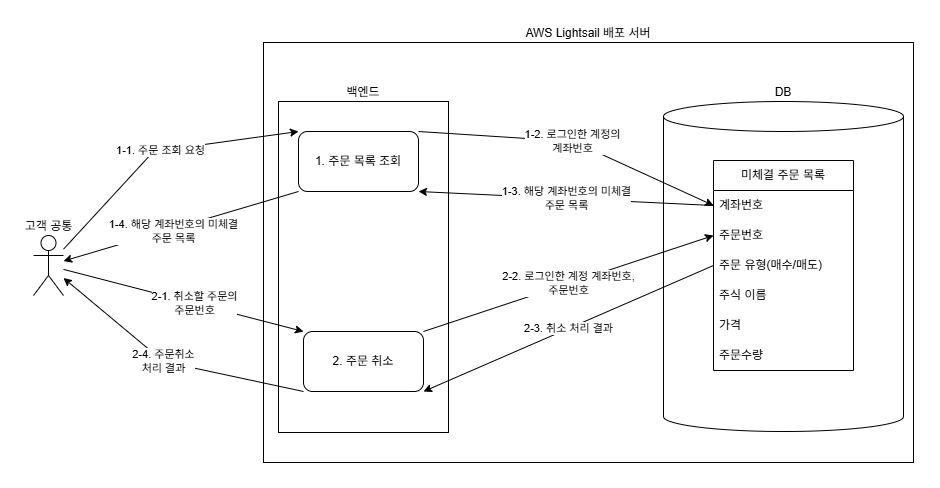
Before: images/diagram/CC 고객 계정 공통 거래 기능 주문취소 부분.png, a diagram exported from draw.io (hopencode/cc_stock_trading). Source tidied: cells renumbered, new cells last; positions are measured from the earlier drawing's top-left corner, leaving out a move shared by most shapes. The source it was exported from:
```xml
<mxGraphModel>
  <root>
    <mxCell id="0" />
    <mxCell id="1" parent="0" />
    <mxCell id="2" value="고객 공통" style="shape=umlActor;verticalLabelPosition=top;verticalAlign=bottom;html=1;outlineConnect=0;labelPosition=center;align=center;" parent="1" vertex="1">
      <mxGeometry y="193" width="30" height="60" as="geometry" />
    </mxCell>
    <mxCell id="3" value="AWS Lightsail 배포 서버" style="whiteSpace=wrap;html=1;labelPosition=center;verticalLabelPosition=top;align=center;verticalAlign=bottom;" parent="1" vertex="1">
      <mxGeometry x="230" width="650" height="420" as="geometry" />
    </mxCell>
    <mxCell id="4" value="DB" style="shape=cylinder3;whiteSpace=wrap;html=1;boundedLbl=1;backgroundOutline=1;size=15;labelPosition=center;verticalLabelPosition=top;align=center;verticalAlign=bottom;labelBackgroundColor=default;" parent="1" vertex="1">
      <mxGeometry x="630" y="59" width="240" height="330" as="geometry" />
    </mxCell>
    <mxCell id="5" value="1. 주문 목록 조회" style="rounded=1;whiteSpace=wrap;html=1;" parent="1" vertex="1">
      <mxGeometry x="265" y="89" width="120" height="60" as="geometry" />
    </mxCell>
    <mxCell id="6" value="2. 주문 취소" style="rounded=1;whiteSpace=wrap;html=1;" parent="1" vertex="1">
      <mxGeometry x="270" y="289" width="120" height="60" as="geometry" />
    </mxCell>
    <mxCell id="7" value="미체결 주문 목록" style="swimlane;fontStyle=0;horizontal=1;startSize=30;whiteSpace=wrap;html=1;" parent="1" vertex="1">
      <mxGeometry x="680" y="118" width="140" height="210" as="geometry" />
    </mxCell>
    <mxCell id="8" value="계좌번호" style="text;strokeColor=none;fillColor=none;align=left;verticalAlign=middle;spacingLeft=4;spacingRight=4;overflow=hidden;points=[[0,0.5],[1,0.5]];portConstraint=eastwest;whiteSpace=wrap;html=1;" parent="7" vertex="1">
      <mxGeometry y="30" width="140" height="30" as="geometry" />
    </mxCell>
    <mxCell id="9" value="주문번호" style="text;strokeColor=none;fillColor=none;align=left;verticalAlign=middle;spacingLeft=4;spacingRight=4;overflow=hidden;points=[[0,0.5],[1,0.5]];portConstraint=eastwest;whiteSpace=wrap;html=1;" parent="7" vertex="1">
      <mxGeometry y="60" width="140" height="30" as="geometry" />
    </mxCell>
    <mxCell id="10" value="주문 유형(매수/매도)" style="text;strokeColor=none;fillColor=none;align=left;verticalAlign=middle;spacingLeft=4;spacingRight=4;overflow=hidden;points=[[0,0.5],[1,0.5]];portConstraint=eastwest;whiteSpace=wrap;html=1;" parent="7" vertex="1">
      <mxGeometry y="90" width="140" height="30" as="geometry" />
    </mxCell>
    <mxCell id="11" value="주식 이름" style="text;strokeColor=none;fillColor=none;align=left;verticalAlign=middle;spacingLeft=4;spacingRight=4;overflow=hidden;whiteSpace=wrap;html=1;" parent="7" vertex="1">
      <mxGeometry y="120" width="140" height="30" as="geometry" />
    </mxCell>
    <mxCell id="12" value="가격" style="text;strokeColor=none;fillColor=none;align=left;verticalAlign=middle;spacingLeft=4;spacingRight=4;overflow=hidden;whiteSpace=wrap;html=1;" parent="7" vertex="1">
      <mxGeometry y="150" width="140" height="30" as="geometry" />
    </mxCell>
    <mxCell id="13" value="주문수량" style="text;strokeColor=none;fillColor=none;align=left;verticalAlign=middle;spacingLeft=4;spacingRight=4;overflow=hidden;whiteSpace=wrap;html=1;" parent="7" vertex="1">
      <mxGeometry y="180" width="140" height="30" as="geometry" />
    </mxCell>
    <mxCell id="14" value="2-1. 취소할 주문의&lt;div&gt;주문번호&lt;/div&gt;" style="endArrow=classic;html=1;rounded=0;entryX=0;entryY=0;entryDx=0;entryDy=0;" parent="1" edge="1" source="2" target="6">
      <mxGeometry x="0.09" relative="1" as="geometry" />
    </mxCell>
    <mxCell id="15" value="2-2. 로그인한 계정 계좌번호,&lt;div&gt;주문번호&lt;/div&gt;" style="endArrow=classic;html=1;rounded=0;exitX=1;exitY=0;exitDx=0;exitDy=0;entryX=0;entryY=0.5;entryDx=0;entryDy=0;" parent="1" edge="1" source="6" target="9">
      <mxGeometry relative="1" as="geometry" />
    </mxCell>
    <mxCell id="16" value="2-4. 주문취소&lt;div&gt;처리 결과&lt;/div&gt;" style="endArrow=classic;html=1;rounded=0;exitX=0;exitY=1;exitDx=0;exitDy=0;" parent="1" edge="1" source="6" target="2">
      <mxGeometry x="0.05" relative="1" as="geometry">
        <Array as="points">
          <mxPoint x="130" y="319" />
        </Array>
      </mxGeometry>
    </mxCell>
    <mxCell id="17" value="2-3. 취소 처리 결과" style="endArrow=classic;html=1;rounded=0;exitX=0;exitY=0.5;exitDx=0;exitDy=0;entryX=1;entryY=1;entryDx=0;entryDy=0;" parent="1" edge="1" source="10" target="6">
      <mxGeometry relative="1" as="geometry" />
    </mxCell>
    <mxCell id="18" value="1-1. 주문 조회 요청" style="endArrow=classic;html=1;rounded=0;entryX=0;entryY=0;entryDx=0;entryDy=0;" parent="1" edge="1" source="2" target="5">
      <mxGeometry relative="1" as="geometry">
        <Array as="points">
          <mxPoint x="120" y="109" />
        </Array>
      </mxGeometry>
    </mxCell>
    <mxCell id="19" value="1-2. 로그인한 계정의&lt;div&gt;계좌번호&lt;/div&gt;" style="endArrow=classic;html=1;rounded=0;exitX=1;exitY=0;exitDx=0;exitDy=0;entryX=0;entryY=0.5;entryDx=0;entryDy=0;" parent="1" edge="1" source="5" target="8">
      <mxGeometry relative="1" as="geometry">
        <Array as="points">
          <mxPoint x="540" y="99" />
        </Array>
      </mxGeometry>
    </mxCell>
    <mxCell id="20" value="1-3. 해당 계좌번호의 미체결&lt;div&gt;주문 목록&lt;/div&gt;" style="endArrow=classic;html=1;rounded=0;exitX=0;exitY=0.5;exitDx=0;exitDy=0;entryX=1;entryY=1;entryDx=0;entryDy=0;" parent="1" edge="1" source="8" target="5">
      <mxGeometry relative="1" as="geometry" />
    </mxCell>
    <mxCell id="21" value="&lt;span style=&quot;color: rgb(0, 0, 0); font-family: Helvetica; font-size: 11px; font-style: normal; font-variant-ligatures: normal; font-variant-caps: normal; font-weight: 400; letter-spacing: normal; orphans: 2; text-align: center; text-indent: 0px; text-transform: none; widows: 2; word-spacing: 0px; -webkit-text-stroke-width: 0px; white-space: nowrap; background-color: rgb(255, 255, 255); text-decoration-thickness: initial; text-decoration-style: initial; text-decoration-color: initial; float: none; display: inline !important;&quot;&gt;1-4. 해당 계좌번호의 미체결&lt;/span&gt;&lt;div style=&quot;forced-color-adjust: none; color: rgb(0, 0, 0); font-family: Helvetica; font-size: 11px; font-style: normal; font-variant-ligatures: normal; font-variant-caps: normal; font-weight: 400; letter-spacing: normal; orphans: 2; text-align: center; text-indent: 0px; text-transform: none; widows: 2; word-spacing: 0px; -webkit-text-stroke-width: 0px; white-space: nowrap; text-decoration-thickness: initial; text-decoration-style: initial; text-decoration-color: initial;&quot;&gt;주문 목록&lt;/div&gt;" style="endArrow=classic;html=1;rounded=0;exitX=0;exitY=1;exitDx=0;exitDy=0;" parent="1" edge="1" source="5" target="2">
      <mxGeometry x="0.07" y="3" relative="1" as="geometry" />
    </mxCell>
    <mxCell id="22" value="백엔드" style="rounded=0;whiteSpace=wrap;html=1;fillColor=none;labelPosition=center;verticalLabelPosition=top;align=center;verticalAlign=bottom;" parent="1" vertex="1">
      <mxGeometry x="245" y="59" width="170" height="331" as="geometry" />
    </mxCell>
  </root>
</mxGraphModel>
```
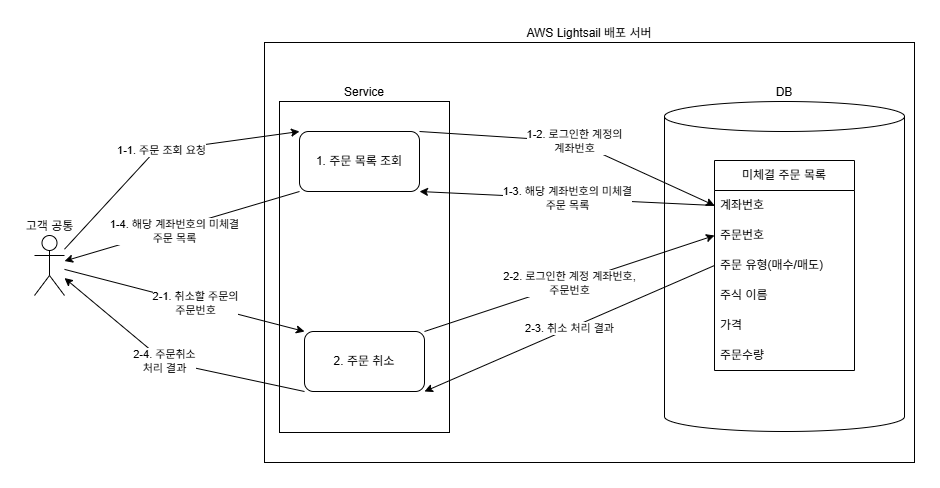
Later version of the same file.

Change to the diagram source:
```diff
@@ -74,7 +74,7 @@
     <mxCell id="21" value="&lt;span style=&quot;color: rgb(0, 0, 0); font-family: Helvetica; font-size: 11px; font-style: normal; font-variant-ligatures: normal; font-variant-caps: normal; font-weight: 400; letter-spacing: normal; orphans: 2; text-align: center; text-indent: 0px; text-transform: none; widows: 2; word-spacing: 0px; -webkit-text-stroke-width: 0px; white-space: nowrap; background-color: rgb(255, 255, 255); text-decoration-thickness: initial; text-decoration-style: initial; text-decoration-color: initial; float: none; display: inline !important;&quot;&gt;1-4. 해당 계좌번호의 미체결&lt;/span&gt;&lt;div style=&quot;forced-color-adjust: none; color: rgb(0, 0, 0); font-family: Helvetica; font-size: 11px; font-style: normal; font-variant-ligatures: normal; font-variant-caps: normal; font-weight: 400; letter-spacing: normal; orphans: 2; text-align: center; text-indent: 0px; text-transform: none; widows: 2; word-spacing: 0px; -webkit-text-stroke-width: 0px; white-space: nowrap; text-decoration-thickness: initial; text-decoration-style: initial; text-decoration-color: initial;&quot;&gt;주문 목록&lt;/div&gt;" style="endArrow=classic;html=1;rounded=0;exitX=0;exitY=1;exitDx=0;exitDy=0;" parent="1" edge="1" source="5" target="2">
       <mxGeometry x="0.07" y="3" relative="1" as="geometry" />
     </mxCell>
-    <mxCell id="22" value="백엔드" style="rounded=0;whiteSpace=wrap;html=1;fillColor=none;labelPosition=center;verticalLabelPosition=top;align=center;verticalAlign=bottom;" parent="1" vertex="1">
+    <mxCell id="22" value="Service" style="rounded=0;whiteSpace=wrap;html=1;fillColor=none;labelPosition=center;verticalLabelPosition=top;align=center;verticalAlign=bottom;" parent="1" vertex="1">
       <mxGeometry x="245" y="59" width="170" height="331" as="geometry" />
     </mxCell>
   </root>
```
